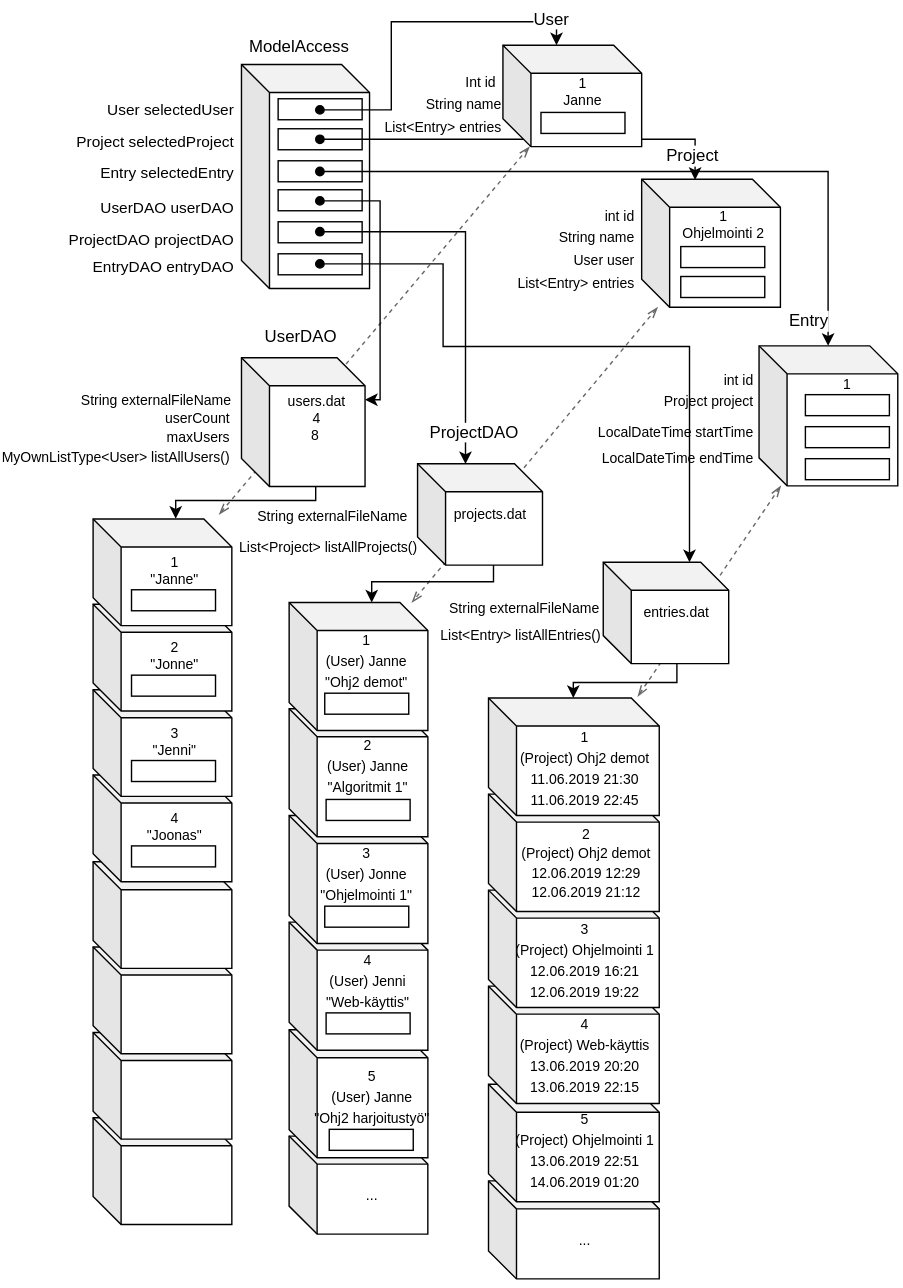
The draw.io diagram kaaviot/tietorakenne_alt.svg in a-ruskomaa/SimpleTimeTracker, before a commit. Source tidied: cells renumbered, new cells last; positions are measured from the earlier drawing's top-left corner, leaving out a move shared by most shapes.
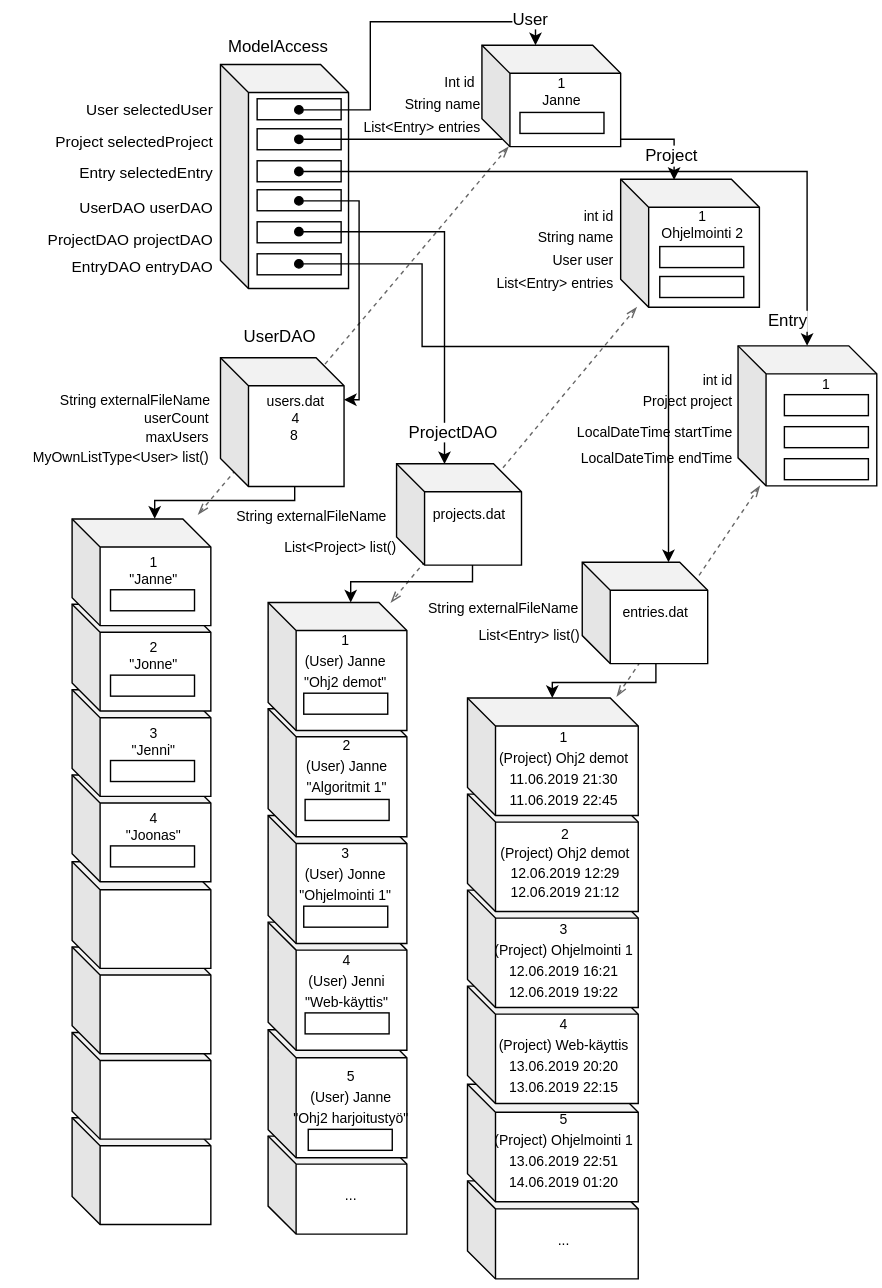
After the commit.

Commit message:
Muokattu tietorakennekaavioita

What changed in the source:
```diff
@@ -190,7 +190,7 @@
         </Array>
       </mxGeometry>
     </mxCell>
-    <mxCell id="54" value="List&amp;lt;Project&amp;gt; listAllProjects()" style="text;html=1;align=right;fontColor=#000000;labelBackgroundColor=#ffffff;fontSize=10;" parent="1" vertex="1">
+    <mxCell id="54" value="List&amp;lt;Project&amp;gt; list()" style="text;html=1;align=right;fontColor=#000000;labelBackgroundColor=#ffffff;fontSize=10;" parent="1" vertex="1">
       <mxGeometry x="151" y="378.2" width="132.9" height="22.9" as="geometry" />
     </mxCell>
     <mxCell id="55" value="String externalFileName" style="text;html=1;align=right;verticalAlign=middle;fontColor=#000000;labelBackgroundColor=#ffffff;fontSize=10;" parent="1" vertex="1">
@@ -460,7 +460,7 @@
     <mxCell id="136" value="&lt;span style=&quot;font-size: 12px&quot;&gt;ProjectDAO&lt;/span&gt;" style="text;html=1;align=center;labelBackgroundColor=#ffffff;fontColor=#000000;fontSize=11;" parent="1" vertex="1">
       <mxGeometry x="283.9" y="295" width="78.4" height="22.9" as="geometry" />
     </mxCell>
-    <mxCell id="137" value="List&amp;lt;Entry&amp;gt; listAllEntries()" style="text;html=1;align=right;fontColor=#000000;labelBackgroundColor=#ffffff;fontSize=10;" parent="1" vertex="1">
+    <mxCell id="137" value="List&amp;lt;Entry&amp;gt; list()" style="text;html=1;align=right;fontColor=#000000;labelBackgroundColor=#ffffff;fontSize=10;" parent="1" vertex="1">
       <mxGeometry x="340.7" y="441.1" width="74.7" height="22.9" as="geometry" />
     </mxCell>
     <mxCell id="138" style="group;" parent="1" vertex="1">
@@ -484,7 +484,7 @@
     <mxCell id="144" value="&lt;p style=&quot;line-height: 150% ; font-size: 10px&quot;&gt;5&lt;br style=&quot;font-size: 10px&quot;&gt;(User) Janne&lt;br style=&quot;font-size: 10px&quot;&gt;&quot;Ohj2 harjoitustyö&quot;&lt;br style=&quot;font-size: 10px&quot;&gt;&lt;/p&gt;" style="text;html=1;align=center;fontColor=#000000;labelBackgroundColor=none;verticalAlign=middle;fontSize=10;" parent="1" vertex="1">
       <mxGeometry x="223" y="760" width="53.4" height="46.2" as="geometry" />
     </mxCell>
-    <mxCell id="145" value="MyOwnListType&amp;lt;User&amp;gt; listAllUsers()" style="text;html=1;align=right;fontColor=#000000;labelBackgroundColor=#ffffff;fontSize=10;" parent="1" vertex="1">
+    <mxCell id="145" value="MyOwnListType&amp;lt;User&amp;gt; list()" style="text;html=1;align=right;fontColor=#000000;labelBackgroundColor=#ffffff;fontSize=10;" parent="1" vertex="1">
       <mxGeometry x="-0.1" y="314.3" width="149.8" height="24.1" as="geometry" />
     </mxCell>
   </root>
```
